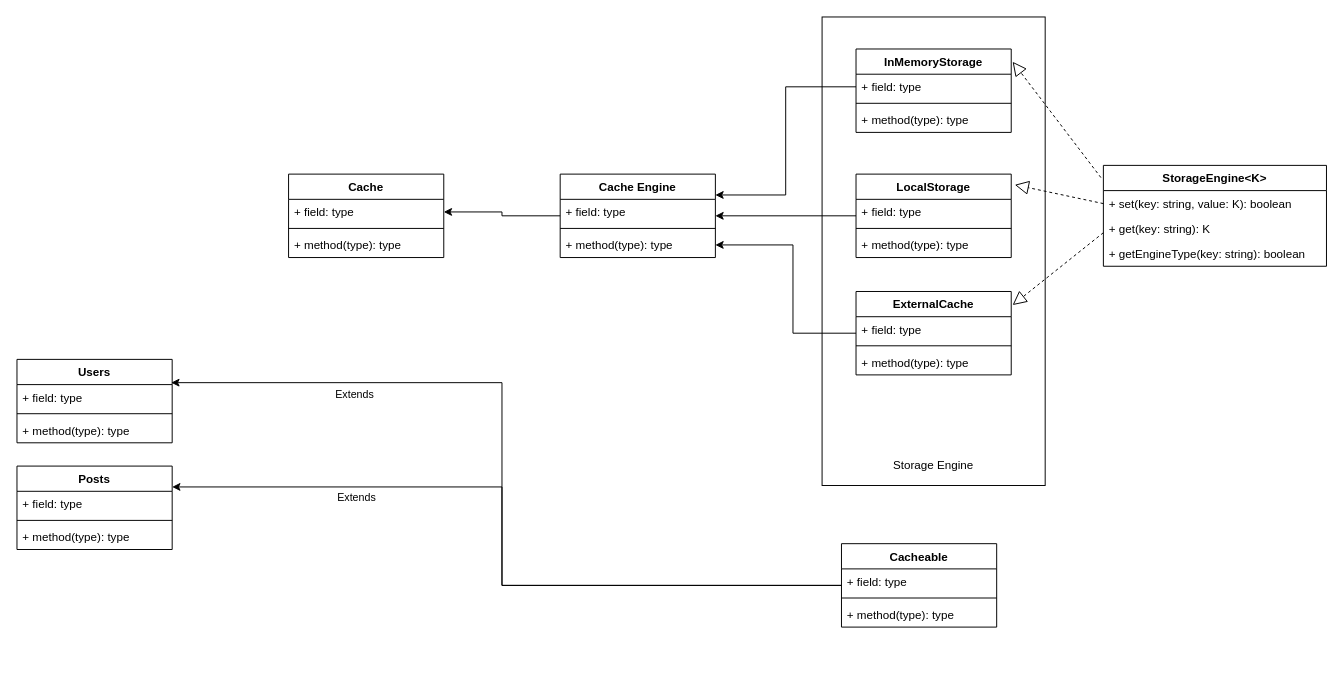
Earlier version of the draw.io diagram docs/LightningCache.drawio (tuckers-tech/lightning-cache). Source tidied: cells renumbered, new cells numbered last; positions are measured from the earlier drawing's top-left corner, leaving out a move shared by most shapes. Both pictures are drawn from the tidied source at 97%, with x=0, y=0 at pixel (16, 16).
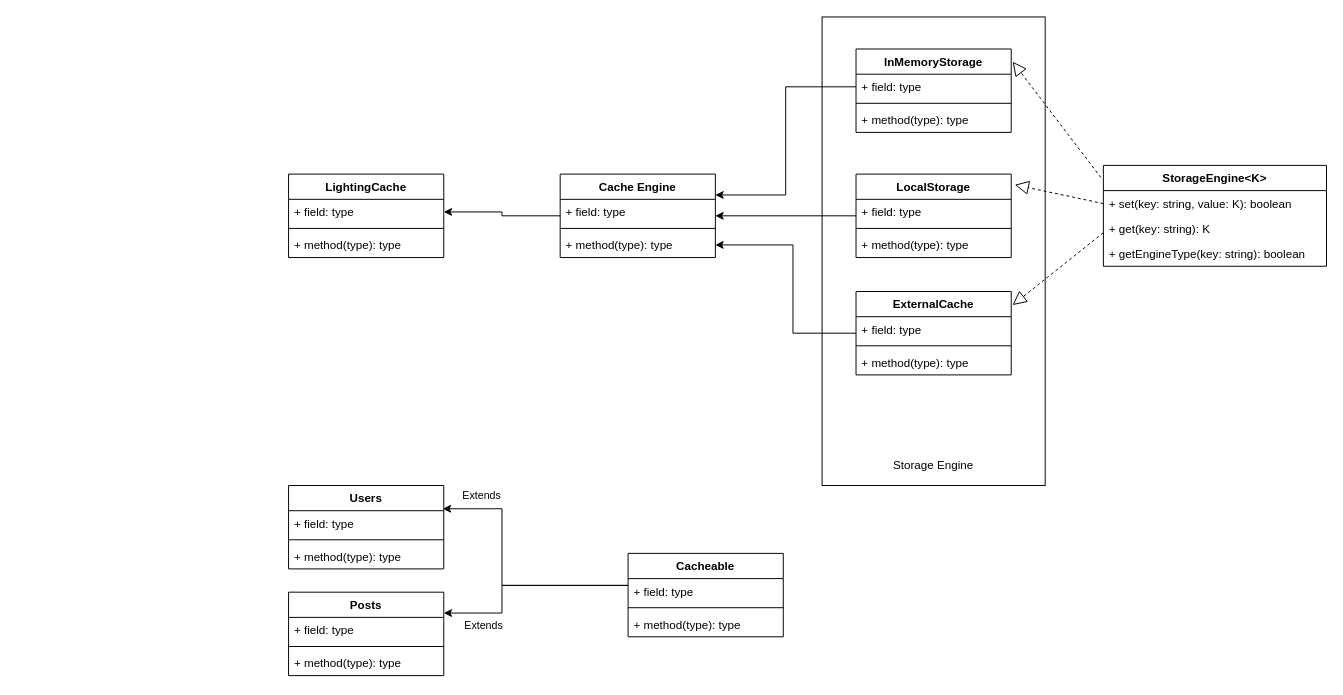
The same page after the edit.

The change refers to these unchanged cells:
```xml
<mxCell id="35" value="+ field: type" style="text;strokeColor=none;fillColor=none;align=left;verticalAlign=top;spacingLeft=4;spacingRight=4;overflow=hidden;points=[[0,0.5],[1,0.5]];portConstraint=eastwest;" parent="34" vertex="1">
  <mxGeometry y="26" width="160" height="26" as="geometry" />
</mxCell>
```

The edit, as a diff of the source:
```diff
@@
-    <mxCell id="7" value="Cache" style="swimlane;fontStyle=1;align=center;verticalAlign=top;horizontal=1;startSize=26;" parent="1" vertex="1">
+    <mxCell id="7" value="LightingCache" style="swimlane;fontStyle=1;align=center;verticalAlign=top;horizontal=1;startSize=26;" parent="1" vertex="1">
       <mxGeometry x="280" y="162" width="160" height="86" as="geometry" />
     </mxCell>
@@
     <mxCell id="34" value="Users" style="swimlane;fontStyle=1;align=center;verticalAlign=top;horizontal=1;startSize=26;" parent="1" vertex="1">
-      <mxGeometry y="353" width="160" height="86" as="geometry" />
+      <mxGeometry x="280" y="483" width="160" height="86" as="geometry" />
     </mxCell>
@@
     <mxCell id="38" value="Posts" style="swimlane;fontStyle=1;align=center;verticalAlign=top;horizontal=1;startSize=26;" parent="1" vertex="1">
-      <mxGeometry y="463" width="160" height="86" as="geometry" />
+      <mxGeometry x="280" y="593" width="160" height="86" as="geometry" />
     </mxCell>
@@
     <mxCell id="42" style="edgeStyle=orthogonalEdgeStyle;rounded=0;jettySize=auto;html=1;entryX=0.994;entryY=-0.077;entryDx=0;entryDy=0;entryPerimeter=0;" parent="1" edge="1" source="46" target="35">
       <mxGeometry relative="1" as="geometry">
         <Array as="points">
           <mxPoint x="500" y="586" />
-          <mxPoint x="500" y="377" />
+          <mxPoint x="500" y="507" />
         </Array>
       </mxGeometry>
     </mxCell>
     <mxCell id="43" value="Extends" style="edgeLabel;html=1;align=center;verticalAlign=middle;" parent="42" vertex="1">
       <mxGeometry x="0.54" y="4" relative="1" as="geometry">
-        <mxPoint x="-18" y="8" as="offset" />
+        <mxPoint x="-18" y="-16" as="offset" />
       </mxGeometry>
     </mxCell>
     <mxCell id="44" style="edgeStyle=orthogonalEdgeStyle;rounded=0;jettySize=auto;html=1;entryX=1;entryY=0.25;entryDx=0;entryDy=0;" parent="1" edge="1" source="46" target="38">
       <mxGeometry relative="1" as="geometry">
         <Array as="points">
           <mxPoint x="500" y="586" />
-          <mxPoint x="500" y="485" />
+          <mxPoint x="500" y="615" />
+          <mxPoint x="440" y="615" />
         </Array>
       </mxGeometry>
     </mxCell>
     <mxCell id="45" value="Extends" style="edgeLabel;html=1;align=center;verticalAlign=middle;" parent="44" vertex="1">
       <mxGeometry x="0.4" y="4" relative="1" as="geometry">
-        <mxPoint x="-48" y="6" as="offset" />
+        <mxPoint x="-24" y="17" as="offset" />
       </mxGeometry>
     </mxCell>
     <mxCell id="46" value="Cacheable" style="swimlane;fontStyle=1;align=center;verticalAlign=top;horizontal=1;startSize=26;" parent="1" vertex="1">
-      <mxGeometry x="850" y="543" width="160" height="86" as="geometry" />
+      <mxGeometry x="630" y="553" width="160" height="86" as="geometry" />
     </mxCell>
```
